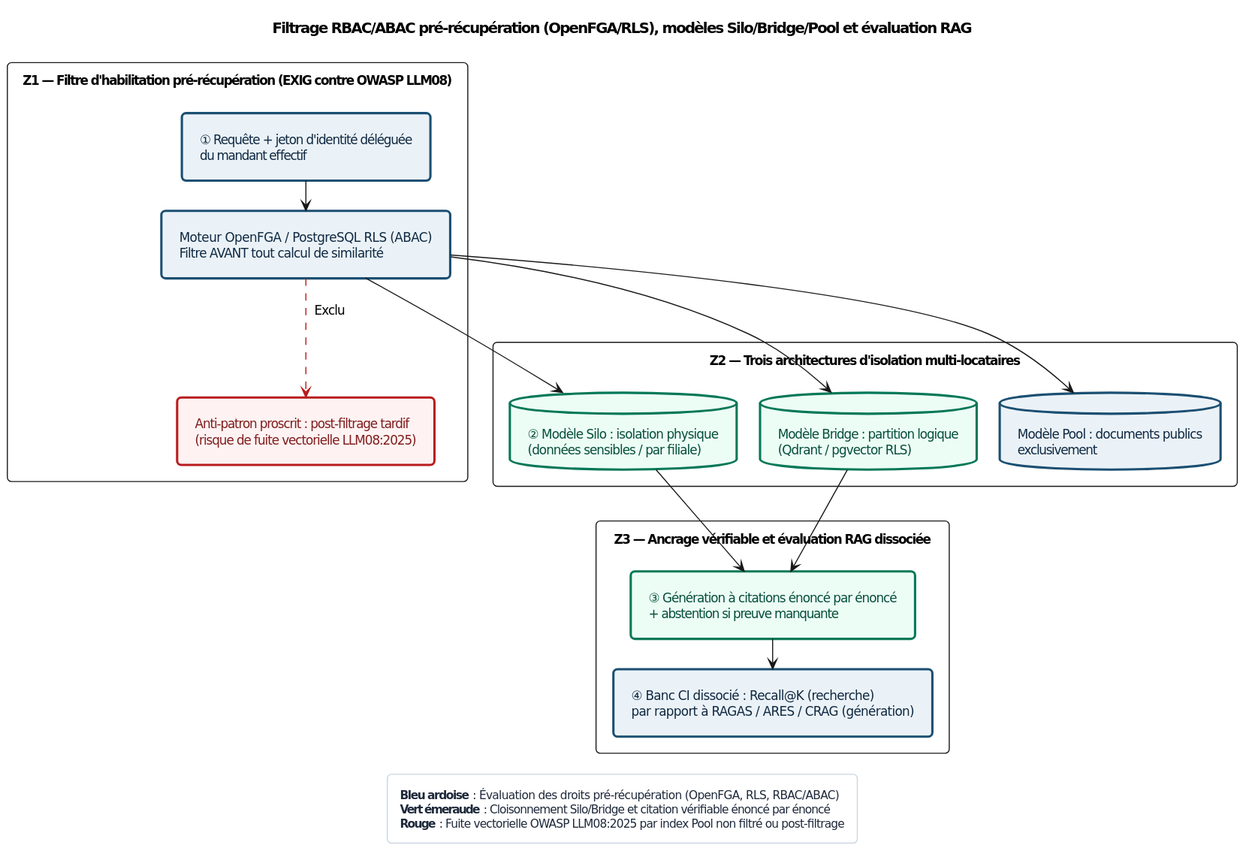
agbruneau/Agentique keeps this PlantUML diagram as Compendium/ouvrage/schemas/rendus/SCH-11-03.svg. Above is the earlier version. Source of this version:
```plantuml
@startuml
<style>
document { BackgroundColor #FFFFFF; }
.det { BackgroundColor #EBF2F7; LineColor #1B4F72; LineThickness 2.2; FontColor #0F2942; }
.blue { BackgroundColor #EFF6FF; LineColor #1D4ED8; LineThickness 2.2; FontColor #1E3A8A; }
.prob { BackgroundColor #FFF5E0; LineColor #D97706; LineThickness 2.0; LineStyle 5; FontColor #451A03; }
.amber { BackgroundColor #FFFBEB; LineColor #B45309; LineThickness 2.0; FontColor #451A03; }
.green { BackgroundColor #ECFDF5; LineColor #047857; LineThickness 2.2; FontColor #064E3B; }
.teal { BackgroundColor #F0FDFA; LineColor #0F766E; LineThickness 2.2; FontColor #134E4A; }
.red { BackgroundColor #FEF2F2; LineColor #B91C1C; LineThickness 2.2; FontColor #7F1D1D; }
.purple { BackgroundColor #F5F3FF; LineColor #6D28D9; LineThickness 2.2; FontColor #4C1D95; }
.indigo { BackgroundColor #EEF2FF; LineColor #4338CA; LineThickness 2.2; FontColor #312E81; }
.gray { BackgroundColor #F1F5F9; LineColor #475569; LineThickness 1.8; FontColor #1E293B; }
package { BackgroundColor #F8FAFC; LineColor #64748B; LineThickness 1.2; FontColor #334155; }
legend { BackgroundColor #FFFFFF; LineColor #CBD5E1; FontColor #1E293B; FontSize 11; }
</style>
hide stereotype
skinparam defaultFontName "DejaVu Sans"
skinparam defaultFontSize 12
skinparam shadowing false
skinparam roundcorner 8
skinparam packageStyle rectangle
skinparam nodesep 22
skinparam ranksep 28
skinparam padding 7

top to bottom direction
title Filtrage RBAC/ABAC pré-récupération (OpenFGA/RLS), modèles Silo/Bridge/Pool et évaluation RAG

package "Z1 — Filtre d'habilitation pré-récupération (EXIG contre OWASP LLM08)" {
  rectangle "① Requête + jeton d'identité déléguée\ndu mandant effectif" as N1 <<det>>
  rectangle "Moteur OpenFGA / PostgreSQL RLS (ABAC)\nFiltre AVANT tout calcul de similarité" as N2 <<det>>
  rectangle "Anti-patron proscrit : post-filtrage tardif\n(risque de fuite vectorielle LLM08:2025)" as N3 <<red>>
  N1 --> N2
  N2 .[#B91C1C].> N3 : Exclu
}

package "Z2 — Trois architectures d'isolation multi-locataires" {
  database "② Modèle Silo : isolation physique\n(données sensibles / par filiale)" as N4 <<green>>
  database "Modèle Bridge : partition logique\n(Qdrant / pgvector RLS)" as N5 <<green>>
  database "Modèle Pool : documents publics\nexclusivement" as N6 <<det>>
  N2 --> N4
  N2 --> N5
  N2 --> N6
}

package "Z3 — Ancrage vérifiable et évaluation RAG dissociée" {
  rectangle "③ Génération à citations énoncé par énoncé\n+ abstention si preuve manquante" as N7 <<green>>
  rectangle "④ Banc CI dissocié : Recall@K (recherche)\npar rapport à RAGAS / ARES / CRAG (génération)" as N8 <<det>>
  N4 --> N7
  N5 --> N7
  N7 --> N8
}

legend bottom
  **Bleu ardoise** : Évaluation des droits pré-récupération (OpenFGA, RLS, RBAC/ABAC)
  **Vert émeraude** : Cloisonnement Silo/Bridge et citation vérifiable énoncé par énoncé
  **Rouge** : Fuite vectorielle OWASP LLM08:2025 par index Pool non filtré ou post-filtrage
end legend
@enduml
```
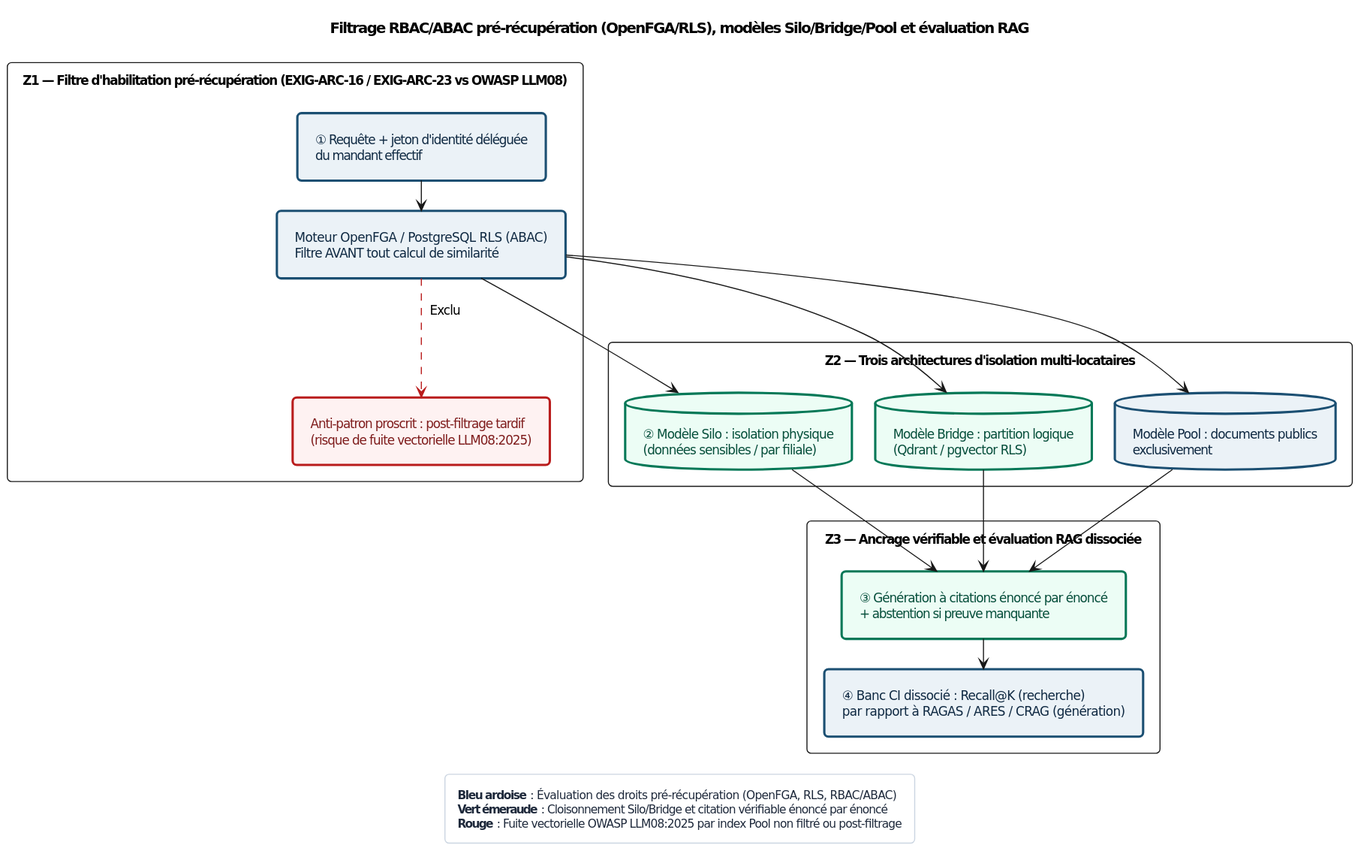
After the change.

The edit, as a diff of the source:
```diff
@@ -27,7 +27,7 @@
 top to bottom direction
 title Filtrage RBAC/ABAC pré-récupération (OpenFGA/RLS), modèles Silo/Bridge/Pool et évaluation RAG
 
-package "Z1 — Filtre d'habilitation pré-récupération (EXIG contre OWASP LLM08)" {
+package "Z1 — Filtre d'habilitation pré-récupération (EXIG-ARC-16 / EXIG-ARC-23 vs OWASP LLM08)" {
   rectangle "① Requête + jeton d'identité déléguée\ndu mandant effectif" as N1 <<det>>
   rectangle "Moteur OpenFGA / PostgreSQL RLS (ABAC)\nFiltre AVANT tout calcul de similarité" as N2 <<det>>
   rectangle "Anti-patron proscrit : post-filtrage tardif\n(risque de fuite vectorielle LLM08:2025)" as N3 <<red>>
@@ -49,6 +49,7 @@
   rectangle "④ Banc CI dissocié : Recall@K (recherche)\npar rapport à RAGAS / ARES / CRAG (génération)" as N8 <<det>>
   N4 --> N7
   N5 --> N7
+  N6 --> N7
   N7 --> N8
 }
 
```
